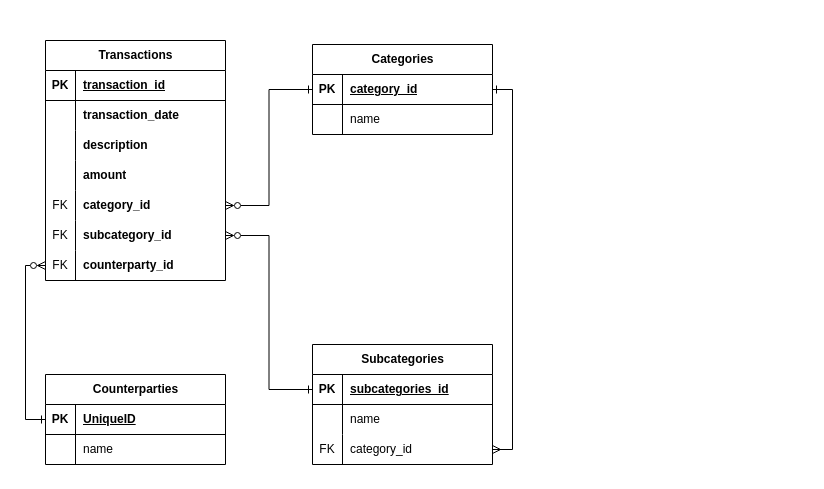
The draw.io diagram ERDiagram.drawio in lunaf-github/smartbudget, before the edit. Source tidied: cells renumbered, new cells numbered last; positions are measured from the earlier drawing's top-left corner, leaving out a move shared by most shapes. Both pictures are drawn from the tidied source at 100%, with x=0, y=0 at pixel (45, 40).
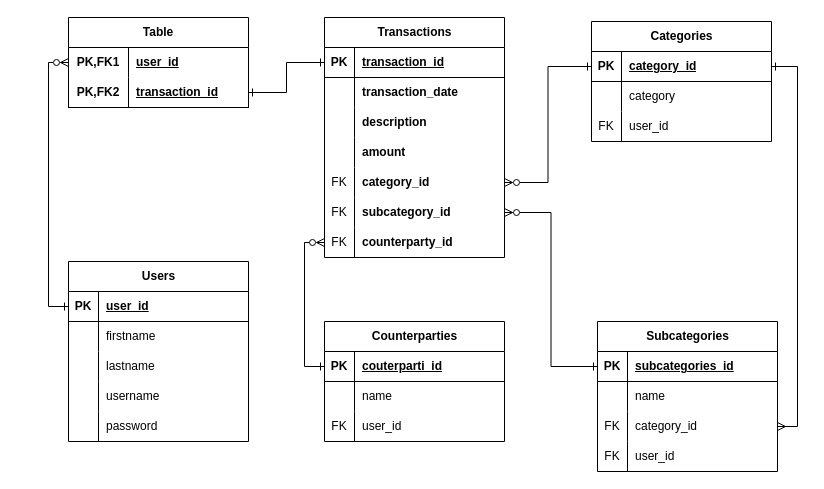
The same page after the edit.

Commit message:
Add User table and Join table

Unchanged cells that the change refers to:
```xml
<mxCell id="3" style="shape=tableRow;horizontal=0;startSize=0;swimlaneHead=0;swimlaneBody=0;fillColor=none;points=[[0,0.5],[1,0.5]];portConstraint=eastwest;top=0;left=0;right=0;bottom=1;" parent="2" vertex="1">
  <mxGeometry y="30" width="180" height="30" as="geometry" />
</mxCell>
<mxCell id="28" style="shape=tableRow;horizontal=0;startSize=0;swimlaneHead=0;swimlaneBody=0;fillColor=none;top=0;left=0;right=0;bottom=0;" parent="24" vertex="1">
  <mxGeometry y="60" width="180" height="30" as="geometry" />
</mxCell>
<mxCell id="44" style="shape=tableRow;horizontal=0;startSize=0;swimlaneHead=0;swimlaneBody=0;fillColor=none;points=[[0,0.5],[1,0.5]];portConstraint=eastwest;top=0;left=0;right=0;bottom=1;" parent="43" vertex="1">
  <mxGeometry y="30" width="180" height="30" as="geometry" />
</mxCell>
```

The edit, as a diff of the source:
```diff
@@
     <mxCell id="2" value="Transactions" style="shape=table;startSize=30;childLayout=tableLayout;rowLines=0;fontStyle=1;align=center;html=1;" parent="1" vertex="1">
-      <mxGeometry width="180" height="240" as="geometry" />
+      <mxGeometry x="279" y="-23" width="180" height="240" as="geometry" />
     </mxCell>
@@
     <mxCell id="24" value="Categories" style="shape=table;startSize=30;childLayout=tableLayout;rowLines=0;fontStyle=1;align=center;html=1;" parent="1" vertex="1">
-      <mxGeometry x="267" y="4" width="180" height="90" as="geometry" />
+      <mxGeometry x="546" y="-19" width="180" height="120" as="geometry" />
     </mxCell>
@@
-    <mxCell id="30" value="name" style="shape=partialRectangle;fillColor=none;top=0;left=0;bottom=0;right=0;align=left;spacingLeft=6;overflow=hidden;whiteSpace=wrap;html=1;" parent="28" vertex="1">
+    <mxCell id="30" value="category" style="shape=partialRectangle;fillColor=none;top=0;left=0;bottom=0;right=0;align=left;spacingLeft=6;overflow=hidden;whiteSpace=wrap;html=1;" parent="28" vertex="1">
       <mxGeometry x="30" width="150" height="30" as="geometry" />
     </mxCell>
+    <mxCell id="52" style="shape=tableRow;horizontal=0;startSize=0;swimlaneHead=0;swimlaneBody=0;fillColor=none;top=0;left=0;right=0;bottom=0;" parent="24" vertex="1">
+      <mxGeometry y="90" width="180" height="30" as="geometry" />
+    </mxCell>
+    <mxCell id="53" value="FK" style="shape=partialRectangle;fillColor=none;top=0;left=0;bottom=0;right=0;overflow=hidden;whiteSpace=wrap;html=1;" parent="52" vertex="1">
+      <mxGeometry width="30" height="30" as="geometry" />
+    </mxCell>
+    <mxCell id="54" value="user_id" style="shape=partialRectangle;fillColor=none;top=0;left=0;bottom=0;right=0;align=left;spacingLeft=6;overflow=hidden;whiteSpace=wrap;html=1;" parent="52" vertex="1">
+      <mxGeometry x="30" width="150" height="30" as="geometry" />
+    </mxCell>
     <mxCell id="31" value="Subcategories" style="shape=table;startSize=30;childLayout=tableLayout;rowLines=0;fontStyle=1;align=center;html=1;" parent="1" vertex="1">
-      <mxGeometry x="267" y="304" width="180" height="120" as="geometry" />
+      <mxGeometry x="552" y="281" width="180" height="150" as="geometry" />
     </mxCell>
@@
+    <mxCell id="55" style="shape=tableRow;horizontal=0;startSize=0;swimlaneHead=0;swimlaneBody=0;fillColor=none;top=0;left=0;right=0;bottom=0;" parent="31" vertex="1">
+      <mxGeometry y="120" width="180" height="30" as="geometry" />
+    </mxCell>
+    <mxCell id="56" value="FK" style="shape=partialRectangle;fillColor=none;top=0;left=0;bottom=0;right=0;overflow=hidden;whiteSpace=wrap;html=1;" parent="55" vertex="1">
+      <mxGeometry width="30" height="30" as="geometry" />
+    </mxCell>
+    <mxCell id="57" value="user_id" style="shape=partialRectangle;fillColor=none;top=0;left=0;bottom=0;right=0;align=left;spacingLeft=6;overflow=hidden;whiteSpace=wrap;html=1;" parent="55" vertex="1">
+      <mxGeometry x="30" width="150" height="30" as="geometry" />
+    </mxCell>
@@
     <mxCell id="43" value="Counterparties" style="shape=table;startSize=30;childLayout=tableLayout;rowLines=0;fontStyle=1;align=center;html=1;" parent="1" vertex="1">
-      <mxGeometry y="334" width="180" height="90" as="geometry" />
+      <mxGeometry x="279" y="281" width="180" height="120" as="geometry" />
     </mxCell>
@@
-    <mxCell id="46" value="UniqueID" style="shape=partialRectangle;fillColor=none;top=0;left=0;bottom=0;right=0;align=left;spacingLeft=6;fontStyle=5;overflow=hidden;whiteSpace=wrap;html=1;" parent="44" vertex="1">
+    <mxCell id="46" value="couterparti_id" style="shape=partialRectangle;fillColor=none;top=0;left=0;bottom=0;right=0;align=left;spacingLeft=6;fontStyle=5;overflow=hidden;whiteSpace=wrap;html=1;" parent="44" vertex="1">
       <mxGeometry x="30" width="150" height="30" as="geometry" />
     </mxCell>
@@
+    <mxCell id="58" style="shape=tableRow;horizontal=0;startSize=0;swimlaneHead=0;swimlaneBody=0;fillColor=none;top=0;left=0;right=0;bottom=0;" parent="43" vertex="1">
+      <mxGeometry y="90" width="180" height="30" as="geometry" />
+    </mxCell>
+    <mxCell id="59" value="FK" style="shape=partialRectangle;fillColor=none;top=0;left=0;bottom=0;right=0;overflow=hidden;whiteSpace=wrap;html=1;" parent="58" vertex="1">
+      <mxGeometry width="30" height="30" as="geometry" />
+    </mxCell>
+    <mxCell id="60" value="user_id" style="shape=partialRectangle;fillColor=none;top=0;left=0;bottom=0;right=0;align=left;spacingLeft=6;overflow=hidden;whiteSpace=wrap;html=1;" parent="58" vertex="1">
+      <mxGeometry x="30" width="150" height="30" as="geometry" />
+    </mxCell>
@@
+    <mxCell id="61" value="Users" style="shape=table;startSize=30;childLayout=tableLayout;rowLines=0;fontStyle=1;align=center;html=1;" parent="1" vertex="1">
+      <mxGeometry x="23" y="221" width="180" height="180" as="geometry" />
+    </mxCell>
+    <mxCell id="62" style="shape=tableRow;horizontal=0;startSize=0;swimlaneHead=0;swimlaneBody=0;fillColor=none;points=[[0,0.5],[1,0.5]];portConstraint=eastwest;top=0;left=0;right=0;bottom=1;" parent="61" vertex="1">
+      <mxGeometry y="30" width="180" height="30" as="geometry" />
+    </mxCell>
+    <mxCell id="63" value="PK" style="shape=partialRectangle;fillColor=none;top=0;left=0;bottom=0;right=0;fontStyle=1;overflow=hidden;whiteSpace=wrap;html=1;" parent="62" vertex="1">
+      <mxGeometry width="30" height="30" as="geometry" />
+    </mxCell>
+    <mxCell id="64" value="user_id" style="shape=partialRectangle;fillColor=none;top=0;left=0;bottom=0;right=0;align=left;spacingLeft=6;fontStyle=5;overflow=hidden;whiteSpace=wrap;html=1;" parent="62" vertex="1">
+      <mxGeometry x="30" width="150" height="30" as="geometry" />
+    </mxCell>
+    <mxCell id="65" style="shape=tableRow;horizontal=0;startSize=0;swimlaneHead=0;swimlaneBody=0;fillColor=none;top=0;left=0;right=0;bottom=0;" parent="61" vertex="1">
+      <mxGeometry y="60" width="180" height="30" as="geometry" />
+    </mxCell>
+    <mxCell id="66" style="shape=partialRectangle;fillColor=none;top=0;left=0;bottom=0;right=0;overflow=hidden;whiteSpace=wrap;html=1;" parent="65" vertex="1">
+      <mxGeometry width="30" height="30" as="geometry" />
+    </mxCell>
+    <mxCell id="67" value="firstname" style="shape=partialRectangle;fillColor=none;top=0;left=0;bottom=0;right=0;align=left;spacingLeft=6;overflow=hidden;whiteSpace=wrap;html=1;" parent="65" vertex="1">
+      <mxGeometry x="30" width="150" height="30" as="geometry" />
+    </mxCell>
+    <mxCell id="68" style="shape=tableRow;horizontal=0;startSize=0;swimlaneHead=0;swimlaneBody=0;fillColor=none;top=0;left=0;right=0;bottom=0;" parent="61" vertex="1">
+      <mxGeometry y="90" width="180" height="30" as="geometry" />
+    </mxCell>
+    <mxCell id="69" style="shape=partialRectangle;fillColor=none;top=0;left=0;bottom=0;right=0;overflow=hidden;whiteSpace=wrap;html=1;" parent="68" vertex="1">
+      <mxGeometry width="30" height="30" as="geometry" />
+    </mxCell>
+    <mxCell id="70" value="lastname" style="shape=partialRectangle;fillColor=none;top=0;left=0;bottom=0;right=0;align=left;spacingLeft=6;overflow=hidden;whiteSpace=wrap;html=1;" parent="68" vertex="1">
+      <mxGeometry x="30" width="150" height="30" as="geometry" />
+    </mxCell>
+    <mxCell id="71" style="shape=tableRow;horizontal=0;startSize=0;swimlaneHead=0;swimlaneBody=0;fillColor=none;top=0;left=0;right=0;bottom=0;" parent="61" vertex="1">
+      <mxGeometry y="120" width="180" height="30" as="geometry" />
+    </mxCell>
+    <mxCell id="72" style="shape=partialRectangle;fillColor=none;top=0;left=0;bottom=0;right=0;overflow=hidden;whiteSpace=wrap;html=1;" parent="71" vertex="1">
+      <mxGeometry width="30" height="30" as="geometry" />
+    </mxCell>
+    <mxCell id="73" value="username" style="shape=partialRectangle;fillColor=none;top=0;left=0;bottom=0;right=0;align=left;spacingLeft=6;overflow=hidden;whiteSpace=wrap;html=1;" parent="71" vertex="1">
+      <mxGeometry x="30" width="150" height="30" as="geometry" />
+    </mxCell>
+    <mxCell id="74" style="shape=tableRow;horizontal=0;startSize=0;swimlaneHead=0;swimlaneBody=0;fillColor=none;top=0;left=0;right=0;bottom=0;" parent="61" vertex="1">
+      <mxGeometry y="150" width="180" height="30" as="geometry" />
+    </mxCell>
+    <mxCell id="75" style="shape=partialRectangle;fillColor=none;top=0;left=0;bottom=0;right=0;overflow=hidden;whiteSpace=wrap;html=1;" parent="74" vertex="1">
+      <mxGeometry width="30" height="30" as="geometry" />
+    </mxCell>
+    <mxCell id="76" value="password" style="shape=partialRectangle;fillColor=none;top=0;left=0;bottom=0;right=0;align=left;spacingLeft=6;overflow=hidden;whiteSpace=wrap;html=1;" parent="74" vertex="1">
+      <mxGeometry x="30" width="150" height="30" as="geometry" />
+    </mxCell>
+    <mxCell id="77" value="Table" style="shape=table;startSize=30;childLayout=tableLayout;rowLines=0;fontStyle=1;align=center;html=1;whiteSpace=wrap;hachureGap=4;fontFamily=Helvetica;" parent="1" vertex="1">
+      <mxGeometry x="23" y="-23" width="180" height="90" as="geometry" />
+    </mxCell>
+    <mxCell id="78" style="shape=tableRow;horizontal=0;startSize=0;swimlaneHead=0;swimlaneBody=0;fillColor=none;points=[[0,0.5],[1,0.5]];portConstraint=eastwest;top=0;left=0;right=0;bottom=0;html=1;hachureGap=4;fontFamily=Architects Daughter;" parent="77" vertex="1">
+      <mxGeometry y="30" width="180" height="30" as="geometry" />
+    </mxCell>
+    <mxCell id="79" value="PK,FK1" style="shape=partialRectangle;fillColor=none;top=0;left=0;bottom=0;right=0;fontStyle=1;overflow=hidden;html=1;whiteSpace=wrap;hachureGap=4;fontFamily=Helvetica;" parent="78" vertex="1">
+      <mxGeometry width="60" height="30" as="geometry" />
+    </mxCell>
+    <mxCell id="80" value="user_id" style="shape=partialRectangle;fillColor=none;top=0;left=0;bottom=0;right=0;align=left;spacingLeft=6;fontStyle=5;overflow=hidden;html=1;whiteSpace=wrap;hachureGap=4;fontFamily=Helvetica;" parent="78" vertex="1">
+      <mxGeometry x="60" width="120" height="30" as="geometry" />
+    </mxCell>
+    <mxCell id="81" style="shape=tableRow;horizontal=0;startSize=0;swimlaneHead=0;swimlaneBody=0;fillColor=none;points=[[0,0.5],[1,0.5]];portConstraint=eastwest;top=0;left=0;right=0;bottom=1;html=1;hachureGap=4;fontFamily=Architects Daughter;" parent="77" vertex="1">
+      <mxGeometry y="60" width="180" height="30" as="geometry" />
+    </mxCell>
+    <mxCell id="82" value="PK,FK2" style="shape=partialRectangle;fillColor=none;top=0;left=0;bottom=0;right=0;fontStyle=1;overflow=hidden;html=1;whiteSpace=wrap;hachureGap=4;fontFamily=Helvetica;" parent="81" vertex="1">
+      <mxGeometry width="60" height="30" as="geometry" />
+    </mxCell>
+    <mxCell id="83" value="transaction_id" style="shape=partialRectangle;fillColor=none;top=0;left=0;bottom=0;right=0;align=left;spacingLeft=6;fontStyle=5;overflow=hidden;html=1;whiteSpace=wrap;hachureGap=4;fontFamily=Helvetica;" parent="81" vertex="1">
+      <mxGeometry x="60" width="120" height="30" as="geometry" />
+    </mxCell>
+    <mxCell id="84" style="edgeStyle=orthogonalEdgeStyle;rounded=0;hachureGap=4;jettySize=auto;html=1;exitX=0;exitY=0.5;exitDx=0;exitDy=0;entryX=0;entryY=0.5;entryDx=0;entryDy=0;fontFamily=Architects Daughter;startArrow=ERone;startFill=0;endArrow=ERzeroToMany;endFill=0;" parent="1" edge="1" source="62" target="78">
+      <mxGeometry relative="1" as="geometry" />
+    </mxCell>
+    <mxCell id="85" style="edgeStyle=orthogonalEdgeStyle;rounded=0;hachureGap=4;jettySize=auto;html=1;exitX=1;exitY=0.5;exitDx=0;exitDy=0;entryX=0;entryY=0.5;entryDx=0;entryDy=0;fontFamily=Architects Daughter;startArrow=ERone;startFill=0;endArrow=ERone;endFill=0;" parent="1" edge="1" source="81" target="3">
+      <mxGeometry relative="1" as="geometry" />
+    </mxCell>
```
